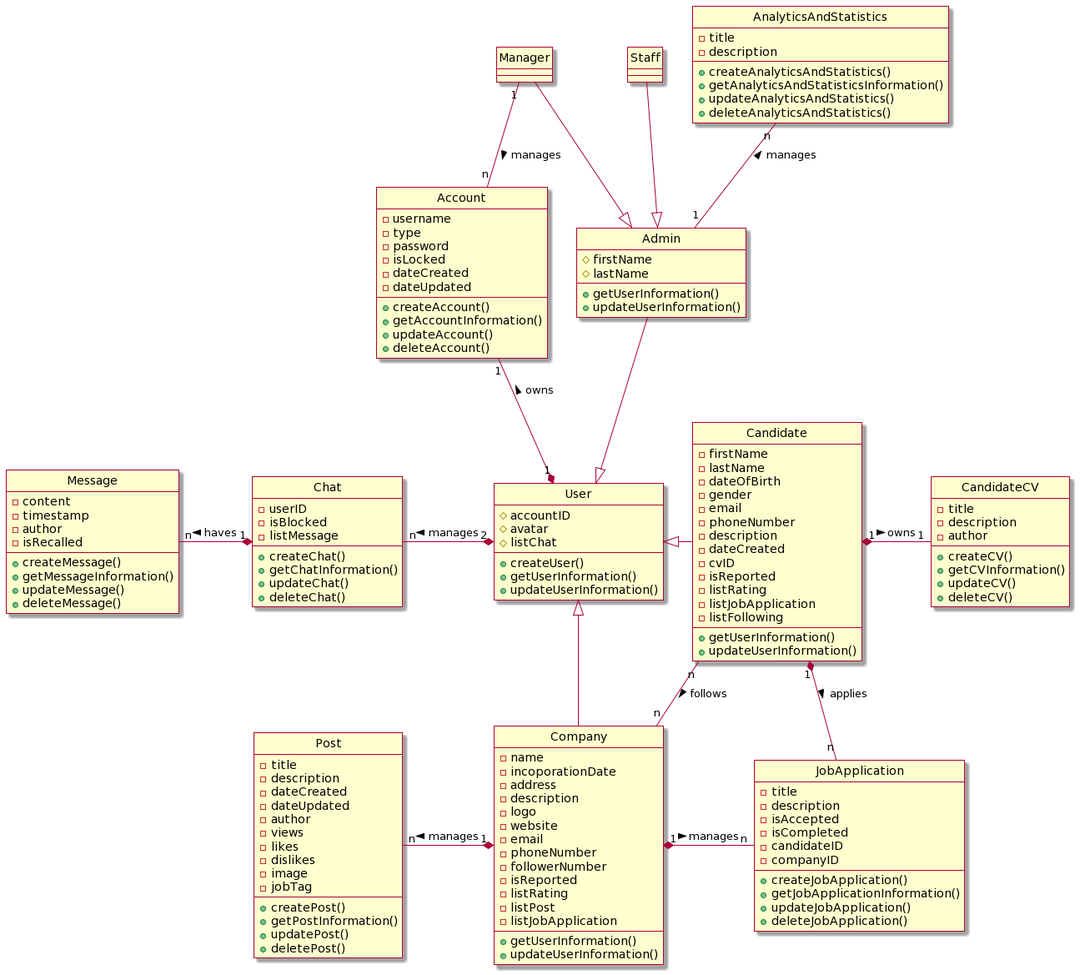
Earlier version of the PlantUML export Lab1/Lab 1.2 Diagram/Class/FileIMG/ClassDiagram.png (Griselda4774/EAS-EmploymentAssistanceSystem).
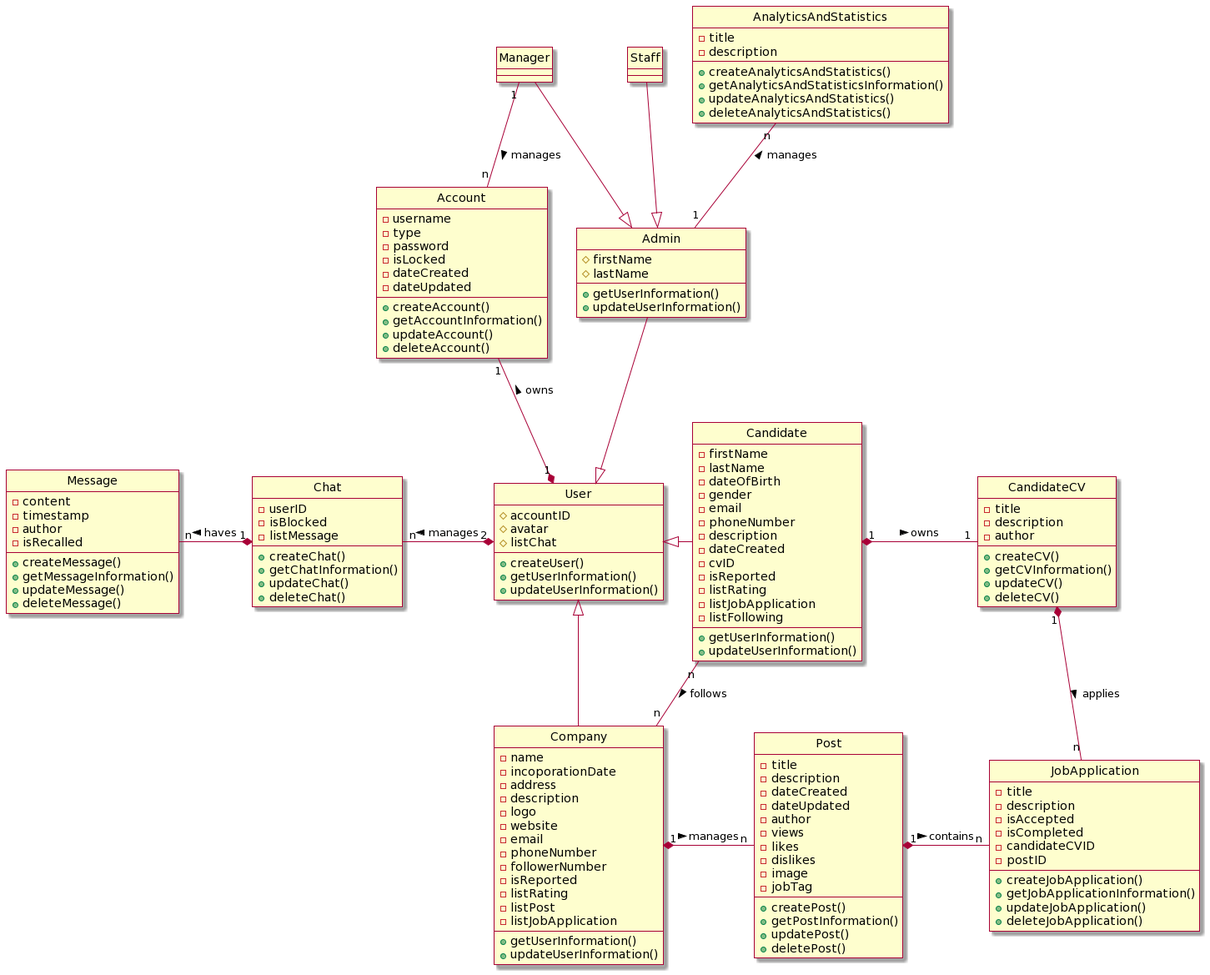
The same diagram one commit later.

What changed in the source:
```diff
@@ -107,8 +107,8 @@
     -description
     -isAccepted
     -isCompleted
-    -candidateID
-    -companyID
+    -candidateCVID
+    -postID
     +createJobApplication()
     +getJobApplicationInformation()
     +updateJobApplication()
@@ -153,11 +153,11 @@
 Manager --|> Admin
 AnalyticsAndStatistics "n" -- "1" Admin: manages <
 Manager "1" -- "n" Account: manages >
-Post "n" -right-* "1" Company: manages <
+Post "n" -left-* "1" Company: manages <
 Chat "n" -right-* "2" User: manages <
 Message "n" -right-* "1" Chat: haves <
 CandidateCV "1" -left-* "1" Candidate: owns <
-JobApplication "n" -left-* "1" Company: manages <
+JobApplication "n" -left-* "1" Post: contains <
 Candidate "n" -- "n" Company: follows >
-Candidate "1" *-- "n" JobApplication: applies >
+CandidateCV "1" *-- "n" JobApplication: applies >
 @enduml
```
